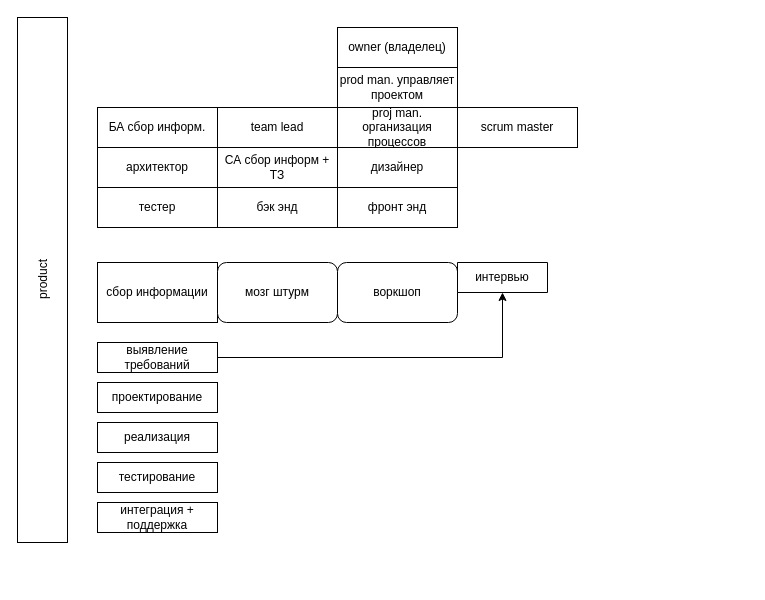
The draw.io diagram Диаграмма без названия.drawio in GusStraus/newone, before the edit. Source tidied: cells renumbered, new cells numbered last; positions are measured from the earlier drawing's top-left corner, leaving out a move shared by most shapes. Both pictures are drawn from the tidied source at 100%, with x=0, y=0 at pixel (17, 17).
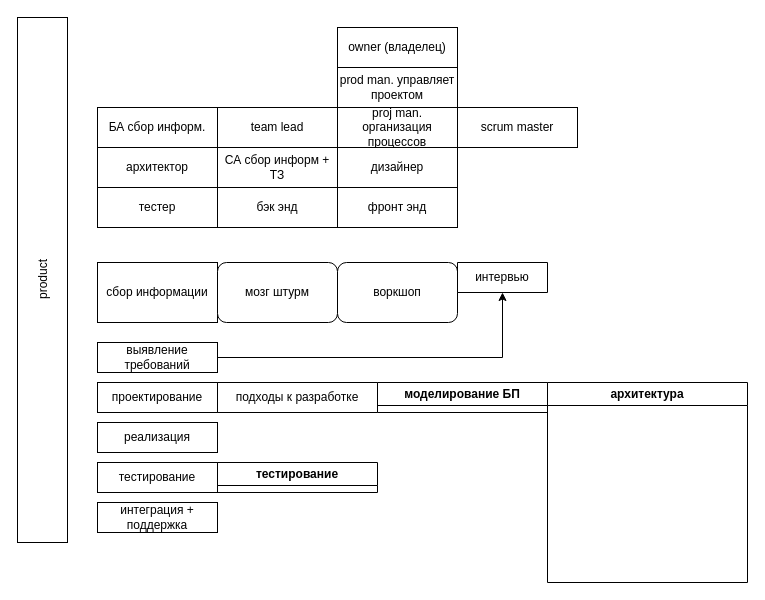
The same page after the edit.

What changed in the source:
```diff
@@
+    <mxCell id="25" value="моделирование БП" style="swimlane;whiteSpace=wrap;html=1;swimlaneFillColor=default;" parent="1" vertex="1" collapsed="1">
+      <mxGeometry x="360" y="365" width="170" height="30" as="geometry" />
+    </mxCell>
+    <mxCell id="26" value="архитектура" style="swimlane;whiteSpace=wrap;html=1;" parent="1" vertex="1">
+      <mxGeometry x="530" y="365" width="200" height="200" as="geometry" />
+    </mxCell>
+    <mxCell id="27" value="тестирование" style="swimlane;whiteSpace=wrap;html=1;labelBackgroundColor=#FFFFFF;fillStyle=solid;" parent="1" vertex="1" collapsed="1">
+      <mxGeometry x="200" y="445" width="160" height="30" as="geometry" />
+    </mxCell>
+    <mxCell id="28" value="подходы к разработке" style="swimlane;fontStyle=0;horizontal=1;startSize=30;whiteSpace=wrap;html=1;" parent="1" vertex="1" collapsed="1">
+      <mxGeometry x="200" y="365" width="160" height="30" as="geometry" />
+    </mxCell>
```
